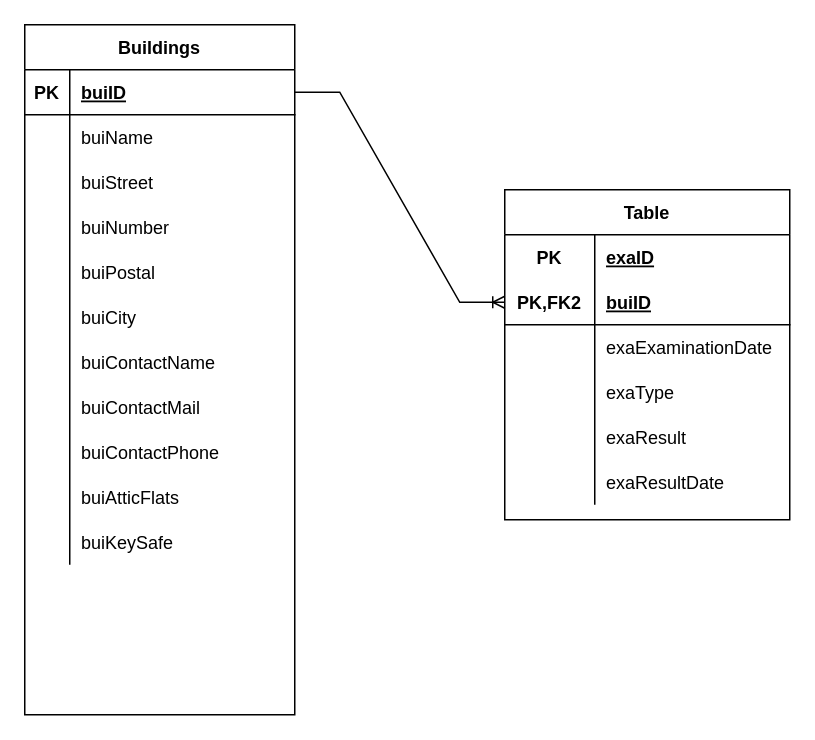
Before: DB Diagram.drawio in dattKlobiche/legionella, a draw.io diagram. Source tidied: cells renumbered, new cells numbered last; positions are measured from the earlier drawing's top-left corner, leaving out a move shared by most shapes. Both pictures are drawn from the tidied source at 150%, with x=0, y=0 at pixel (24, 24).
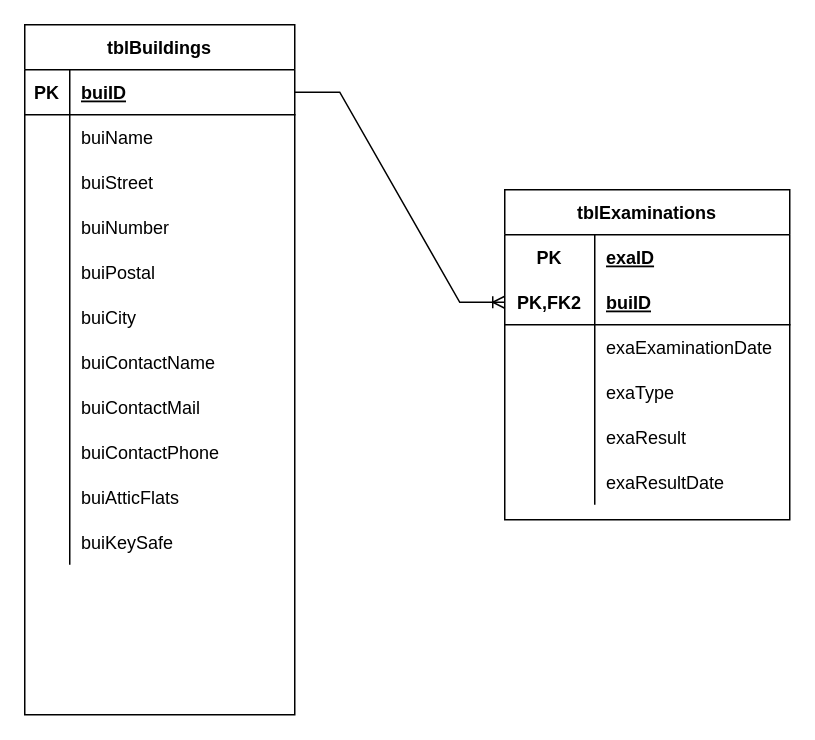
The same diagram, later.

The edit, as a diff of the source:
```diff
@@
-    <mxCell id="2" value="Buildings" style="shape=table;startSize=30;childLayout=tableLayout;rowLines=0;fontStyle=1;align=center;" parent="1" vertex="1">
+    <mxCell id="2" value="tblBuildings" style="shape=table;startSize=30;childLayout=tableLayout;rowLines=0;fontStyle=1;align=center;" parent="1" vertex="1">
       <mxGeometry width="180" height="460" as="geometry" />
     </mxCell>
@@
-    <mxCell id="36" value="Table" style="shape=table;startSize=30;childLayout=tableLayout;rowLines=0;fontStyle=1;align=center;" parent="1" vertex="1">
+    <mxCell id="36" value="tblExaminations" style="shape=table;startSize=30;childLayout=tableLayout;rowLines=0;fontStyle=1;align=center;" parent="1" vertex="1">
       <mxGeometry x="320" y="110" width="190" height="220" as="geometry" />
     </mxCell>
```
